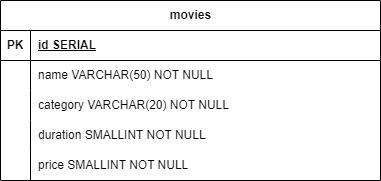
The draw.io diagram sql/diagram.png in MisleneSantana/API-Movie-Rental, before a commit. Source tidied: cells renumbered, new cells last; positions are measured from the earlier drawing's top-left corner, leaving out a move shared by most shapes. Source of this version:
```xml
<mxGraphModel>
  <root>
    <mxCell id="0" />
    <mxCell id="1" parent="0" />
    <mxCell id="2" value="movies" style="shape=table;startSize=30;rowLines=0;fontStyle=1;align=center;html=1;" parent="1" vertex="1">
      <mxGeometry width="380" height="180" as="geometry" />
    </mxCell>
    <mxCell id="3" style="shape=tableRow;horizontal=0;startSize=0;swimlaneHead=0;swimlaneBody=0;fillColor=none;top=0;left=0;right=0;bottom=1;" parent="2" vertex="1">
      <mxGeometry y="30" width="380" height="30" as="geometry" />
    </mxCell>
    <mxCell id="4" value="PK" style="shape=partialRectangle;fillColor=none;top=0;left=0;bottom=0;right=0;fontStyle=1;overflow=hidden;whiteSpace=wrap;html=1;" parent="3" vertex="1">
      <mxGeometry width="30" height="30" as="geometry" />
    </mxCell>
    <mxCell id="5" value="id SERIAL" style="shape=partialRectangle;fillColor=none;top=0;left=0;bottom=0;right=0;align=left;spacingLeft=6;fontStyle=5;overflow=hidden;whiteSpace=wrap;html=1;" parent="3" vertex="1">
      <mxGeometry x="30" width="350" height="30" as="geometry" />
    </mxCell>
    <mxCell id="6" style="shape=tableRow;horizontal=0;startSize=0;swimlaneHead=0;swimlaneBody=0;fillColor=none;top=0;left=0;right=0;bottom=0;" parent="2" vertex="1">
      <mxGeometry y="60" width="380" height="30" as="geometry" />
    </mxCell>
    <mxCell id="7" style="shape=partialRectangle;fillColor=none;top=0;left=0;bottom=0;right=0;overflow=hidden;whiteSpace=wrap;html=1;" parent="6" vertex="1">
      <mxGeometry width="30" height="30" as="geometry" />
    </mxCell>
    <mxCell id="8" value="name VARCHAR(50) NOT NULL" style="shape=partialRectangle;fillColor=none;top=0;left=0;bottom=0;right=0;align=left;spacingLeft=6;overflow=hidden;whiteSpace=wrap;html=1;" parent="6" vertex="1">
      <mxGeometry x="30" width="350" height="30" as="geometry" />
    </mxCell>
    <mxCell id="9" style="shape=tableRow;horizontal=0;startSize=0;swimlaneHead=0;swimlaneBody=0;fillColor=none;top=0;left=0;right=0;bottom=0;" parent="2" vertex="1">
      <mxGeometry y="90" width="380" height="30" as="geometry" />
    </mxCell>
    <mxCell id="10" style="shape=partialRectangle;fillColor=none;top=0;left=0;bottom=0;right=0;overflow=hidden;whiteSpace=wrap;html=1;" parent="9" vertex="1">
      <mxGeometry width="30" height="30" as="geometry" />
    </mxCell>
    <mxCell id="11" value="category VARCHAR(20) NOT NULL" style="shape=partialRectangle;fillColor=none;top=0;left=0;bottom=0;right=0;align=left;spacingLeft=6;overflow=hidden;whiteSpace=wrap;html=1;" parent="9" vertex="1">
      <mxGeometry x="30" width="350" height="30" as="geometry" />
    </mxCell>
    <mxCell id="12" style="shape=tableRow;horizontal=0;startSize=0;swimlaneHead=0;swimlaneBody=0;fillColor=none;top=0;left=0;right=0;bottom=0;" parent="2" vertex="1">
      <mxGeometry y="120" width="380" height="30" as="geometry" />
    </mxCell>
    <mxCell id="13" style="shape=partialRectangle;fillColor=none;top=0;left=0;bottom=0;right=0;overflow=hidden;whiteSpace=wrap;html=1;" parent="12" vertex="1">
      <mxGeometry width="30" height="30" as="geometry" />
    </mxCell>
    <mxCell id="14" value="duration SMALLINT NOT NULL" style="shape=partialRectangle;fillColor=none;top=0;left=0;bottom=0;right=0;align=left;spacingLeft=6;overflow=hidden;whiteSpace=wrap;html=1;" parent="12" vertex="1">
      <mxGeometry x="30" width="350" height="30" as="geometry" />
    </mxCell>
    <mxCell id="15" style="shape=tableRow;horizontal=0;startSize=0;swimlaneHead=0;swimlaneBody=0;fillColor=none;top=0;left=0;right=0;bottom=0;" parent="2" vertex="1">
      <mxGeometry y="150" width="380" height="30" as="geometry" />
    </mxCell>
    <mxCell id="16" style="shape=partialRectangle;fillColor=none;top=0;left=0;bottom=0;right=0;overflow=hidden;whiteSpace=wrap;html=1;" parent="15" vertex="1">
      <mxGeometry width="30" height="30" as="geometry" />
    </mxCell>
    <mxCell id="17" value="price SMALLINT NOT NULL" style="shape=partialRectangle;fillColor=none;top=0;left=0;bottom=0;right=0;align=left;spacingLeft=6;overflow=hidden;whiteSpace=wrap;html=1;" parent="15" vertex="1">
      <mxGeometry x="30" width="350" height="30" as="geometry" />
    </mxCell>
  </root>
</mxGraphModel>
```
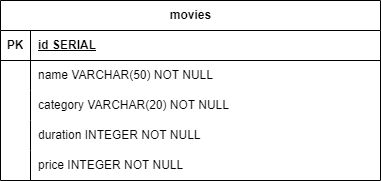
After the change.

The edit, as a diff of the source:
```diff
@@ -38,7 +38,7 @@
     <mxCell id="13" style="shape=partialRectangle;fillColor=none;top=0;left=0;bottom=0;right=0;overflow=hidden;whiteSpace=wrap;html=1;" parent="12" vertex="1">
       <mxGeometry width="30" height="30" as="geometry" />
     </mxCell>
-    <mxCell id="14" value="duration SMALLINT NOT NULL" style="shape=partialRectangle;fillColor=none;top=0;left=0;bottom=0;right=0;align=left;spacingLeft=6;overflow=hidden;whiteSpace=wrap;html=1;" parent="12" vertex="1">
+    <mxCell id="14" value="duration INTEGER NOT NULL" style="shape=partialRectangle;fillColor=none;top=0;left=0;bottom=0;right=0;align=left;spacingLeft=6;overflow=hidden;whiteSpace=wrap;html=1;" parent="12" vertex="1">
       <mxGeometry x="30" width="350" height="30" as="geometry" />
     </mxCell>
     <mxCell id="15" style="shape=tableRow;horizontal=0;startSize=0;swimlaneHead=0;swimlaneBody=0;fillColor=none;top=0;left=0;right=0;bottom=0;" parent="2" vertex="1">
@@ -47,7 +47,7 @@
     <mxCell id="16" style="shape=partialRectangle;fillColor=none;top=0;left=0;bottom=0;right=0;overflow=hidden;whiteSpace=wrap;html=1;" parent="15" vertex="1">
       <mxGeometry width="30" height="30" as="geometry" />
     </mxCell>
-    <mxCell id="17" value="price SMALLINT NOT NULL" style="shape=partialRectangle;fillColor=none;top=0;left=0;bottom=0;right=0;align=left;spacingLeft=6;overflow=hidden;whiteSpace=wrap;html=1;" parent="15" vertex="1">
+    <mxCell id="17" value="price INTEGER NOT NULL" style="shape=partialRectangle;fillColor=none;top=0;left=0;bottom=0;right=0;align=left;spacingLeft=6;overflow=hidden;whiteSpace=wrap;html=1;" parent="15" vertex="1">
       <mxGeometry x="30" width="350" height="30" as="geometry" />
     </mxCell>
   </root>
```
